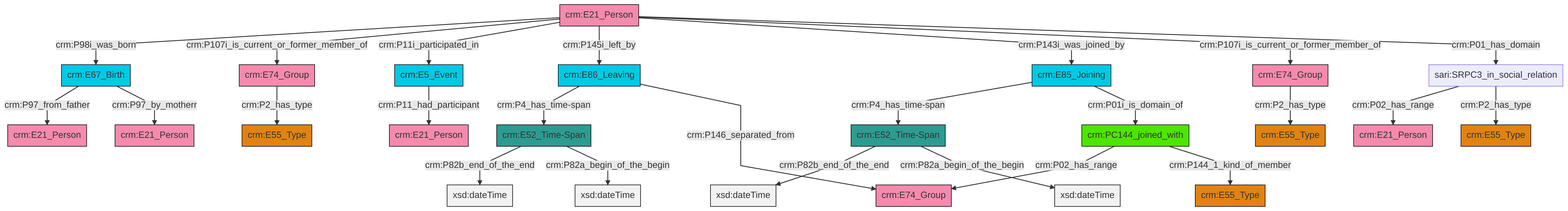
Earlier version of the Mermaid export et/personCSV/ttl/mmd/png/Person_Actor_Relations.png (swiss-art-research-net/reference-data-models). Its source is kept beside it as et/personCSV/ttl/mmd/Person_Actor_Relations.ttl.mmd. Source of this version:
```mermaid
graph TD
classDef Literal fill:#f2f2f2,stroke:#000000;
classDef CRM_Entity fill:#FFFFFF,stroke:#000000;
classDef Temporal_Entity fill:#00C9E6, stroke:#000000;
classDef Type fill:#E18312, stroke:#000000;
classDef Time-Span fill:#2C9C91, stroke:#000000;
classDef Appellation fill:#FFEB7F, stroke:#000000;
classDef Place fill:#008836, stroke:#000000;
classDef Persistent_Item fill:#B266B2, stroke:#000000;
classDef Conceptual_Object fill:#FFD700, stroke:#000000;
classDef Physical_Thing fill:#D2B48C, stroke:#000000;
classDef Actor fill:#f58aad, stroke:#000000;
classDef PC_Classes fill:#4ce600, stroke:#000000;
classDef Multi fill:#cccccc,stroke:#000000;

0["crm:E5_Event"]:::Temporal_Entity -->|crm:P11_had_participant| 2["crm:E21_Person"]:::Actor
3["crm:PC144_joined_with"]:::PC_Classes -->|crm:P02_has_range| 4["crm:E74_Group"]:::Actor
7["crm:E74_Group"]:::Actor -->|crm:P2_has_type| 5["crm:E55_Type"]:::Type
8["crm:E21_Person"]:::Actor -->|crm:P98i_was_born| 9["crm:E67_Birth"]:::Temporal_Entity
10["crm:E74_Group"]:::Actor -->|crm:P2_has_type| 11["crm:E55_Type"]:::Type
15["crm:E52_Time-Span"]:::Time-Span -->|crm:P82b_end_of_the_end| 16[xsd:dateTime]:::Literal
17["crm:E52_Time-Span"]:::Time-Span -->|crm:P82b_end_of_the_end| 18[xsd:dateTime]:::Literal
8["crm:E21_Person"]:::Actor -->|crm:P107i_is_current_or_former_member_of| 7["crm:E74_Group"]:::Actor
8["crm:E21_Person"]:::Actor -->|crm:P11i_participated_in| 0["crm:E5_Event"]:::Temporal_Entity
26["crm:E85_Joining"]:::Temporal_Entity -->|crm:P4_has_time-span| 17["crm:E52_Time-Span"]:::Time-Span
27["sari:SRPC3_in_social_relation"]:::Default -->|crm:P02_has_range| 12["crm:E21_Person"]:::Actor
9["crm:E67_Birth"]:::Temporal_Entity -->|crm:P97_from_father| 29["crm:E21_Person"]:::Actor
26["crm:E85_Joining"]:::Temporal_Entity -->|crm:P01i_is_domain_of| 3["crm:PC144_joined_with"]:::PC_Classes
8["crm:E21_Person"]:::Actor -->|crm:P145i_left_by| 20["crm:E86_Leaving"]:::Temporal_Entity
27["sari:SRPC3_in_social_relation"]:::Default -->|crm:P2_has_type| 22["crm:E55_Type"]:::Type
8["crm:E21_Person"]:::Actor -->|crm:P143i_was_joined_by| 26["crm:E85_Joining"]:::Temporal_Entity
20["crm:E86_Leaving"]:::Temporal_Entity -->|crm:P4_has_time-span| 15["crm:E52_Time-Span"]:::Time-Span
3["crm:PC144_joined_with"]:::PC_Classes -->|crm:P144_1_kind_of_member| 30["crm:E55_Type"]:::Type
15["crm:E52_Time-Span"]:::Time-Span -->|crm:P82a_begin_of_the_begin| 36[xsd:dateTime]:::Literal
8["crm:E21_Person"]:::Actor -->|crm:P107i_is_current_or_former_member_of| 10["crm:E74_Group"]:::Actor
8["crm:E21_Person"]:::Actor -->|crm:P01_has_domain| 27["sari:SRPC3_in_social_relation"]:::Default
9["crm:E67_Birth"]:::Temporal_Entity -->|crm:P97_by_motherr| 24["crm:E21_Person"]:::Actor
20["crm:E86_Leaving"]:::Temporal_Entity -->|crm:P146_separated_from| 4["crm:E74_Group"]:::Actor
17["crm:E52_Time-Span"]:::Time-Span -->|crm:P82a_begin_of_the_begin| 46[xsd:dateTime]:::Literal
```
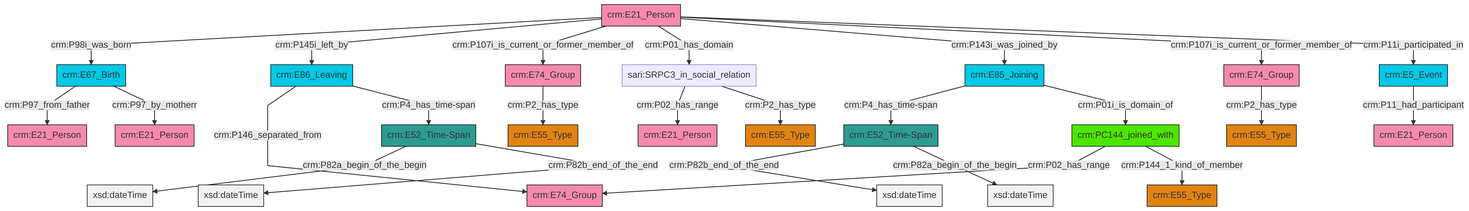
The same file after the commit.

The edit, as a diff of the source:
```diff
@@ -13,27 +13,27 @@
 classDef PC_Classes fill:#4ce600, stroke:#000000;
 classDef Multi fill:#cccccc,stroke:#000000;
 
-0["crm:E5_Event"]:::Temporal_Entity -->|crm:P11_had_participant| 2["crm:E21_Person"]:::Actor
-3["crm:PC144_joined_with"]:::PC_Classes -->|crm:P02_has_range| 4["crm:E74_Group"]:::Actor
-7["crm:E74_Group"]:::Actor -->|crm:P2_has_type| 5["crm:E55_Type"]:::Type
-8["crm:E21_Person"]:::Actor -->|crm:P98i_was_born| 9["crm:E67_Birth"]:::Temporal_Entity
-10["crm:E74_Group"]:::Actor -->|crm:P2_has_type| 11["crm:E55_Type"]:::Type
-15["crm:E52_Time-Span"]:::Time-Span -->|crm:P82b_end_of_the_end| 16[xsd:dateTime]:::Literal
-17["crm:E52_Time-Span"]:::Time-Span -->|crm:P82b_end_of_the_end| 18[xsd:dateTime]:::Literal
-8["crm:E21_Person"]:::Actor -->|crm:P107i_is_current_or_former_member_of| 7["crm:E74_Group"]:::Actor
-8["crm:E21_Person"]:::Actor -->|crm:P11i_participated_in| 0["crm:E5_Event"]:::Temporal_Entity
-26["crm:E85_Joining"]:::Temporal_Entity -->|crm:P4_has_time-span| 17["crm:E52_Time-Span"]:::Time-Span
-27["sari:SRPC3_in_social_relation"]:::Default -->|crm:P02_has_range| 12["crm:E21_Person"]:::Actor
-9["crm:E67_Birth"]:::Temporal_Entity -->|crm:P97_from_father| 29["crm:E21_Person"]:::Actor
-26["crm:E85_Joining"]:::Temporal_Entity -->|crm:P01i_is_domain_of| 3["crm:PC144_joined_with"]:::PC_Classes
-8["crm:E21_Person"]:::Actor -->|crm:P145i_left_by| 20["crm:E86_Leaving"]:::Temporal_Entity
-27["sari:SRPC3_in_social_relation"]:::Default -->|crm:P2_has_type| 22["crm:E55_Type"]:::Type
-8["crm:E21_Person"]:::Actor -->|crm:P143i_was_joined_by| 26["crm:E85_Joining"]:::Temporal_Entity
-20["crm:E86_Leaving"]:::Temporal_Entity -->|crm:P4_has_time-span| 15["crm:E52_Time-Span"]:::Time-Span
-3["crm:PC144_joined_with"]:::PC_Classes -->|crm:P144_1_kind_of_member| 30["crm:E55_Type"]:::Type
-15["crm:E52_Time-Span"]:::Time-Span -->|crm:P82a_begin_of_the_begin| 36[xsd:dateTime]:::Literal
-8["crm:E21_Person"]:::Actor -->|crm:P107i_is_current_or_former_member_of| 10["crm:E74_Group"]:::Actor
-8["crm:E21_Person"]:::Actor -->|crm:P01_has_domain| 27["sari:SRPC3_in_social_relation"]:::Default
-9["crm:E67_Birth"]:::Temporal_Entity -->|crm:P97_by_motherr| 24["crm:E21_Person"]:::Actor
-20["crm:E86_Leaving"]:::Temporal_Entity -->|crm:P146_separated_from| 4["crm:E74_Group"]:::Actor
-17["crm:E52_Time-Span"]:::Time-Span -->|crm:P82a_begin_of_the_begin| 46[xsd:dateTime]:::Literal
+4["crm:E5_Event"]:::Temporal_Entity -->|crm:P11_had_participant| 0["crm:E21_Person"]:::Actor
+5["crm:E52_Time-Span"]:::Time-Span -->|crm:P82b_end_of_the_end| 6[xsd:dateTime]:::Literal
+9["crm:E21_Person"]:::Actor -->|crm:P98i_was_born| 10["crm:E67_Birth"]:::Temporal_Entity
+13["sari:SRPC3_in_social_relation"]:::Default -->|crm:P02_has_range| 14["crm:E21_Person"]:::Actor
+9["crm:E21_Person"]:::Actor -->|crm:P145i_left_by| 18["crm:E86_Leaving"]:::Temporal_Entity
+5["crm:E52_Time-Span"]:::Time-Span -->|crm:P82a_begin_of_the_begin| 21[xsd:dateTime]:::Literal
+10["crm:E67_Birth"]:::Temporal_Entity -->|crm:P97_from_father| 24["crm:E21_Person"]:::Actor
+27["crm:E52_Time-Span"]:::Time-Span -->|crm:P82a_begin_of_the_begin| 28[xsd:dateTime]:::Literal
+29["crm:E85_Joining"]:::Temporal_Entity -->|crm:P4_has_time-span| 5["crm:E52_Time-Span"]:::Time-Span
+29["crm:E85_Joining"]:::Temporal_Entity -->|crm:P01i_is_domain_of| 19["crm:PC144_joined_with"]:::PC_Classes
+10["crm:E67_Birth"]:::Temporal_Entity -->|crm:P97_by_motherr| 25["crm:E21_Person"]:::Actor
+19["crm:PC144_joined_with"]:::PC_Classes -->|crm:P02_has_range| 30["crm:E74_Group"]:::Actor
+22["crm:E74_Group"]:::Actor -->|crm:P2_has_type| 7["crm:E55_Type"]:::Type
+19["crm:PC144_joined_with"]:::PC_Classes -->|crm:P144_1_kind_of_member| 31["crm:E55_Type"]:::Type
+9["crm:E21_Person"]:::Actor -->|crm:P107i_is_current_or_former_member_of| 22["crm:E74_Group"]:::Actor
+27["crm:E52_Time-Span"]:::Time-Span -->|crm:P82b_end_of_the_end| 35[xsd:dateTime]:::Literal
+9["crm:E21_Person"]:::Actor -->|crm:P01_has_domain| 13["sari:SRPC3_in_social_relation"]:::Default
+9["crm:E21_Person"]:::Actor -->|crm:P143i_was_joined_by| 29["crm:E85_Joining"]:::Temporal_Entity
+9["crm:E21_Person"]:::Actor -->|crm:P107i_is_current_or_former_member_of| 38["crm:E74_Group"]:::Actor
+18["crm:E86_Leaving"]:::Temporal_Entity -->|crm:P146_separated_from| 30["crm:E74_Group"]:::Actor
+18["crm:E86_Leaving"]:::Temporal_Entity -->|crm:P4_has_time-span| 27["crm:E52_Time-Span"]:::Time-Span
+38["crm:E74_Group"]:::Actor -->|crm:P2_has_type| 2["crm:E55_Type"]:::Type
+9["crm:E21_Person"]:::Actor -->|crm:P11i_participated_in| 4["crm:E5_Event"]:::Temporal_Entity
+13["sari:SRPC3_in_social_relation"]:::Default -->|crm:P2_has_type| 15["crm:E55_Type"]:::Type
```
